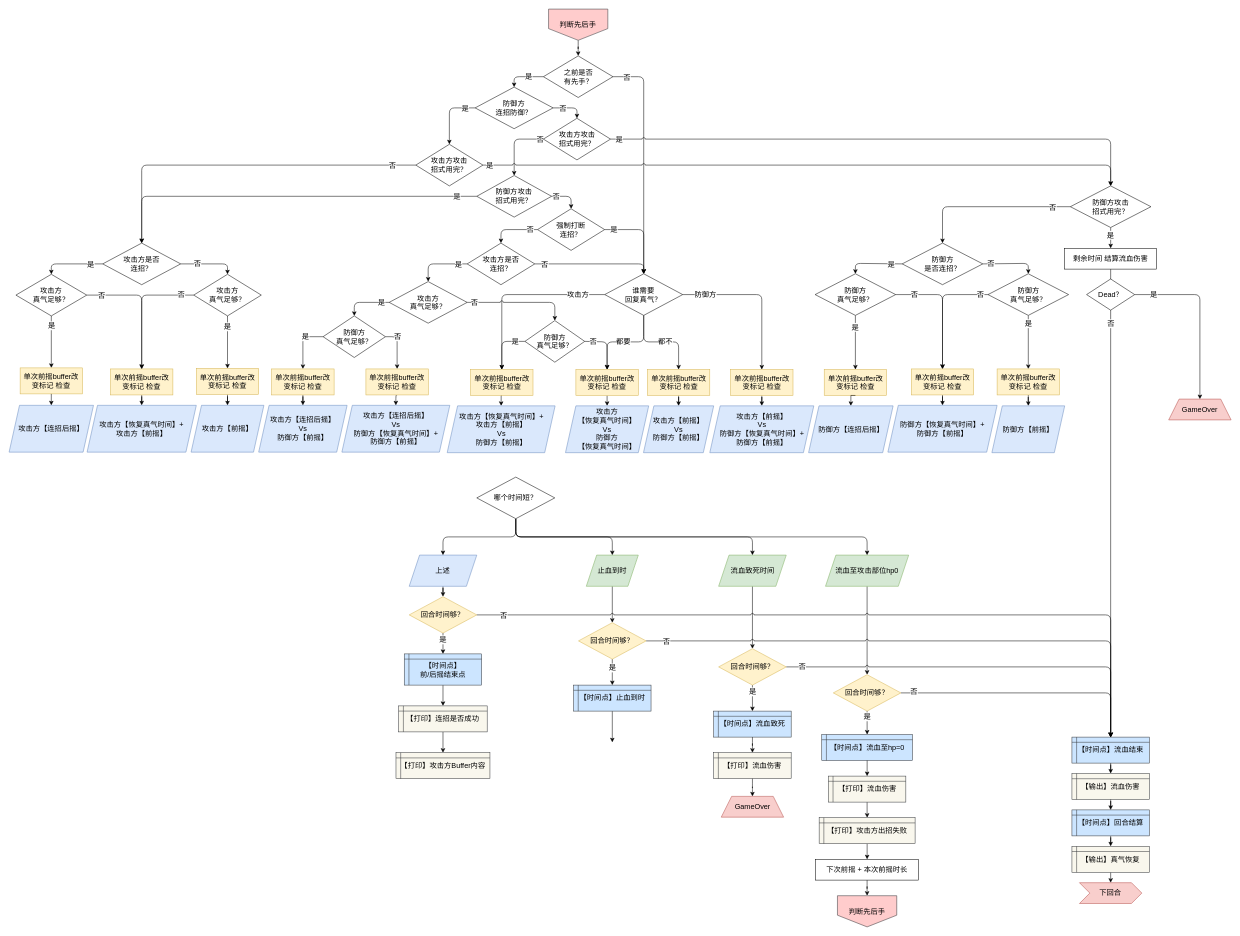
pealpool/kungfu keeps this draw.io diagram as plan/攻击流程.drawio. Above is the earlier version. Source tidied: cells renumbered, new cells numbered last; positions are measured from the earlier drawing's top-left corner, leaving out a move shared by most shapes. Both pictures are drawn from the tidied source at 52%, with x=0, y=0 at pixel (9, 9).
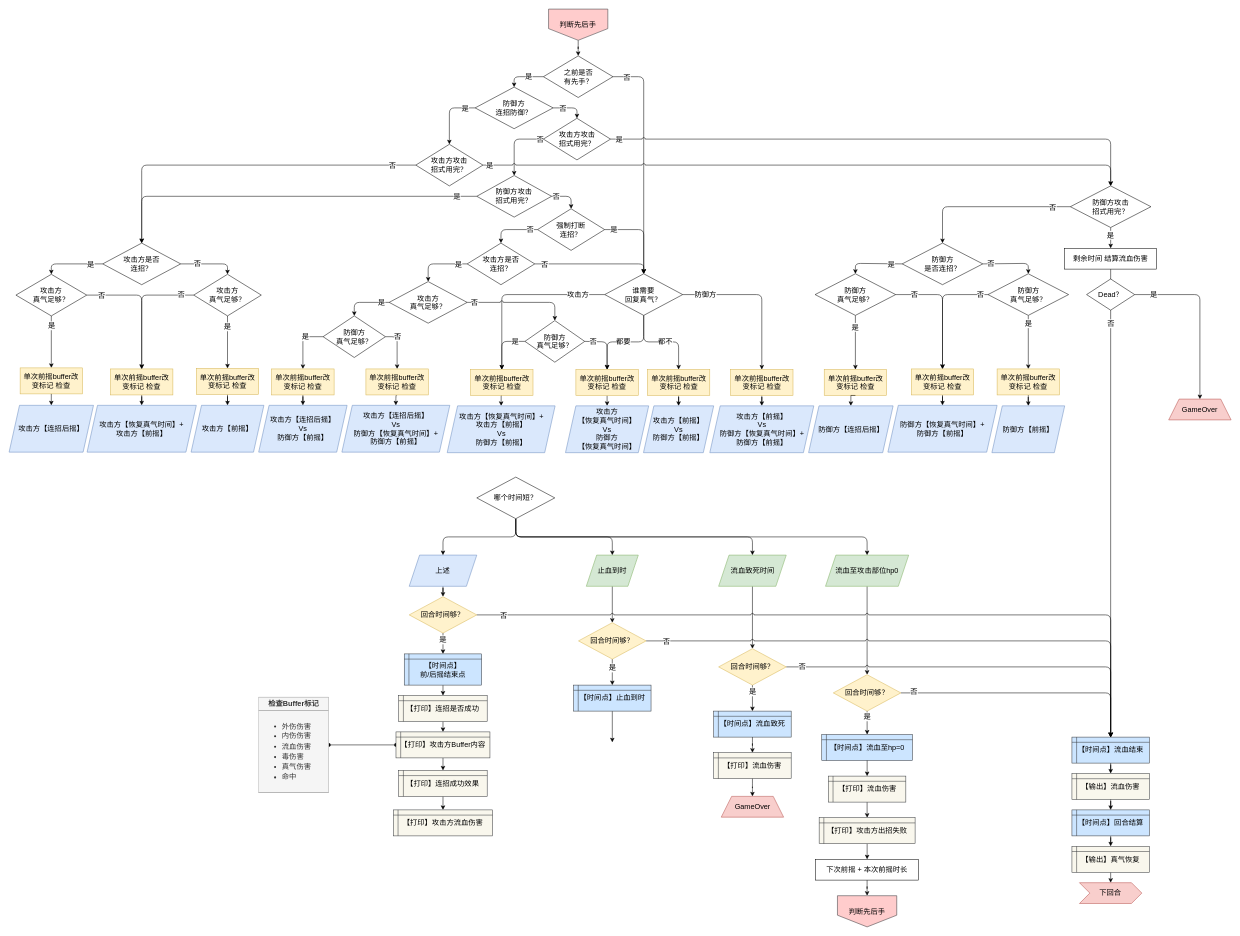
After the change.

Diff of the diagram source:
```diff
@@
     <mxCell id="190" value="【打印】连招是否成功" style="shape=internalStorage;whiteSpace=wrap;html=1;backgroundOutline=1;fontFamily=新宋体;fontSize=14;dx=9;dy=10;fillColor=#f9f7ed;strokeColor=#36393d;" parent="1" vertex="1">
-      <mxGeometry x="749.3" y="1340" width="170.1" height="50" as="geometry" />
+      <mxGeometry x="749.3" y="1320" width="170.1" height="50" as="geometry" />
     </mxCell>
+    <mxCell id="192" style="edgeStyle=orthogonalEdgeStyle;rounded=0;jettySize=auto;html=1;exitX=0;exitY=0.5;exitDx=0;exitDy=0;entryX=1;entryY=0.5;entryDx=0;entryDy=0;fontFamily=新宋体;fontSize=14;endArrow=oval;endFill=1;startArrow=oval;startFill=1;" parent="1" edge="1" source="191" target="194">
+      <mxGeometry relative="1" as="geometry" />
+    </mxCell>
+    <mxCell id="193" style="edgeStyle=orthogonalEdgeStyle;rounded=0;jettySize=auto;html=1;startArrow=none;startFill=0;endArrow=classic;endFill=1;fontFamily=新宋体;fontSize=14;" parent="1" edge="1" source="191" target="196">
+      <mxGeometry relative="1" as="geometry" />
+    </mxCell>
     <mxCell id="191" value="【打印】攻击方Buffer内容" style="shape=internalStorage;whiteSpace=wrap;html=1;backgroundOutline=1;fontFamily=新宋体;fontSize=14;dx=9;dy=10;fillColor=#f9f7ed;strokeColor=#36393d;" parent="1" vertex="1">
-      <mxGeometry x="744" y="1430" width="180.7" height="50" as="geometry" />
+      <mxGeometry x="744" y="1390" width="180.7" height="50" as="geometry" />
     </mxCell>
+    <mxCell id="194" value="&lt;table border=&quot;1&quot; width=&quot;100%&quot; cellpadding=&quot;4&quot; style=&quot;width: 100% ; height: 100% ; border-collapse: collapse&quot;&gt;&lt;tbody&gt;&lt;tr&gt;&lt;th align=&quot;center&quot;&gt;检查Buffer标记&lt;br&gt;&lt;/th&gt;&lt;/tr&gt;&lt;tr&gt;&lt;td&gt;&lt;ul style=&quot;line-height: 140%&quot;&gt;&lt;li&gt;外伤伤害&lt;/li&gt;&lt;li&gt;内伤伤害&lt;/li&gt;&lt;li&gt;流血伤害&lt;/li&gt;&lt;li&gt;毒伤害&lt;/li&gt;&lt;li&gt;真气伤害&lt;/li&gt;&lt;li&gt;命中&lt;/li&gt;&lt;/ul&gt;&lt;/td&gt;&lt;/tr&gt;&lt;/tbody&gt;&lt;/table&gt;" style="text;html=1;overflow=fill;rounded=0;shadow=0;glass=0;dashed=1;fontFamily=新宋体;fontSize=14;fillColor=#f5f5f5;spacing=2;fontColor=#333333;" parent="1" vertex="1">
+      <mxGeometry x="480" y="1322.5" width="135" height="185" as="geometry" />
+    </mxCell>
+    <mxCell id="195" style="edgeStyle=orthogonalEdgeStyle;rounded=0;jettySize=auto;html=1;startArrow=none;startFill=0;endArrow=classic;endFill=1;fontFamily=新宋体;fontSize=14;" parent="1" edge="1" source="196" target="197">
+      <mxGeometry relative="1" as="geometry" />
+    </mxCell>
+    <mxCell id="196" value="【打印】连招成功效果" style="shape=internalStorage;whiteSpace=wrap;html=1;backgroundOutline=1;fontFamily=新宋体;fontSize=14;dx=9;dy=10;fillColor=#f9f7ed;strokeColor=#36393d;" parent="1" vertex="1">
+      <mxGeometry x="749.3" y="1464" width="170.1" height="50" as="geometry" />
+    </mxCell>
+    <mxCell id="197" value="【打印】攻击方流血伤害" style="shape=internalStorage;whiteSpace=wrap;html=1;backgroundOutline=1;fontFamily=新宋体;fontSize=14;dx=9;dy=10;fillColor=#f9f7ed;strokeColor=#36393d;" parent="1" vertex="1">
+      <mxGeometry x="739" y="1540" width="190.7" height="50" as="geometry" />
+    </mxCell>
```
